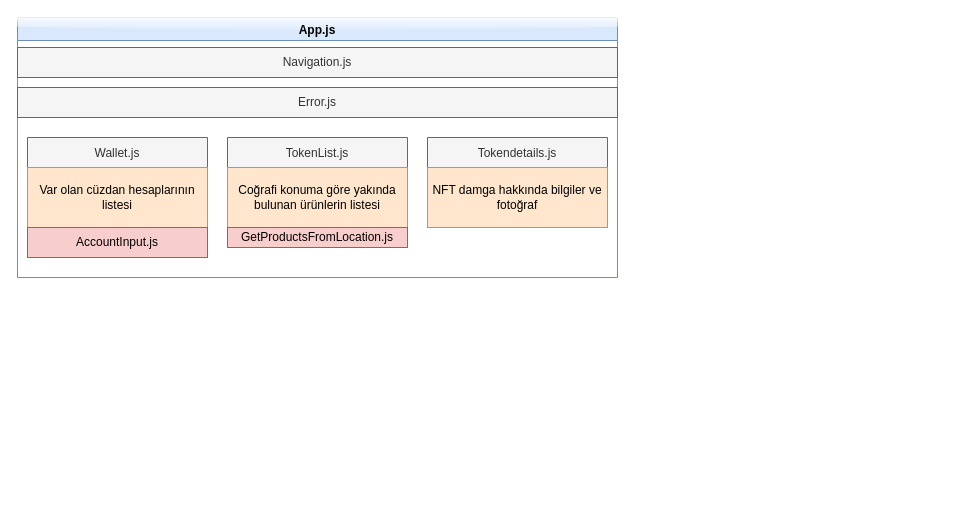
Earlier version of the draw.io diagram javascriptşema.drawio (RuzgarErik/dosyalar). Source tidied: cells renumbered, new cells numbered last; positions are measured from the earlier drawing's top-left corner, leaving out a move shared by most shapes. Both pictures are drawn from the tidied source at 100%, with x=0, y=0 at pixel (17, 17).
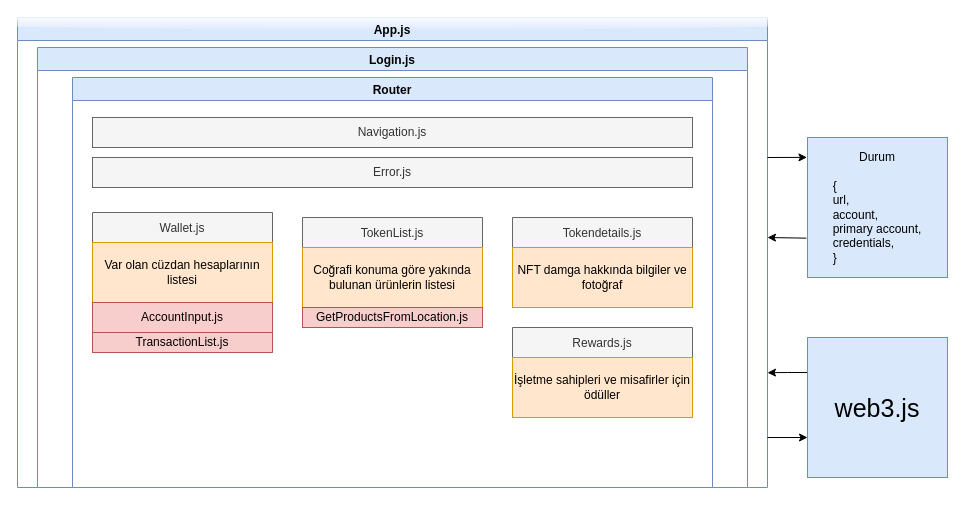
Above is the later version.

The edit, as a diff of the source:
```diff
@@
     <mxCell id="2" value="App.js" style="swimlane;fillColor=#dae8fc;strokeColor=#6c8ebf;glass=1;" parent="1" vertex="1">
-      <mxGeometry width="600" height="260" as="geometry" />
+      <mxGeometry width="750" height="470" as="geometry" />
     </mxCell>
+    <mxCell id="13" value="Login.js" style="swimlane;fillColor=#dae8fc;strokeColor=#6c8ebf;" parent="2" vertex="1">
+      <mxGeometry x="20" y="30" width="710" height="440" as="geometry" />
+    </mxCell>
+    <mxCell id="14" value="Router" style="swimlane;fillColor=#dae8fc;strokeColor=#6c8ebf;" parent="13" vertex="1">
+      <mxGeometry x="35" y="30" width="640" height="410" as="geometry" />
+    </mxCell>
-    <mxCell id="3" value="Navigation.js" style="whiteSpace=wrap;html=1;fillColor=#f5f5f5;fontColor=#333333;strokeColor=#666666;" parent="2" vertex="1">
-      <mxGeometry y="30" width="600" height="30" as="geometry" />
+    <mxCell id="3" value="Navigation.js" style="whiteSpace=wrap;html=1;fillColor=#f5f5f5;fontColor=#333333;strokeColor=#666666;" parent="14" vertex="1">
+      <mxGeometry x="20" y="40" width="600" height="30" as="geometry" />
     </mxCell>
-    <mxCell id="4" value="Error.js" style="whiteSpace=wrap;html=1;fillColor=#f5f5f5;fontColor=#333333;strokeColor=#666666;" parent="2" vertex="1">
-      <mxGeometry y="70" width="600" height="30" as="geometry" />
+    <mxCell id="4" value="Error.js" style="whiteSpace=wrap;html=1;fillColor=#f5f5f5;fontColor=#333333;strokeColor=#666666;" parent="14" vertex="1">
+      <mxGeometry x="20" y="80" width="600" height="30" as="geometry" />
     </mxCell>
-    <mxCell id="5" value="Wallet.js" style="swimlane;fontStyle=0;horizontal=1;startSize=30;glass=0;fillColor=#f5f5f5;fontColor=#333333;strokeColor=#666666;" parent="2" vertex="1">
-      <mxGeometry x="10" y="120" width="180" height="120" as="geometry" />
+    <mxCell id="5" value="Wallet.js" style="swimlane;fontStyle=0;horizontal=1;startSize=30;glass=0;fillColor=#f5f5f5;fontColor=#333333;strokeColor=#666666;" parent="14" vertex="1">
+      <mxGeometry x="20" y="135" width="180" height="140" as="geometry" />
     </mxCell>
@@
+    <mxCell id="15" value="TransactionList.js" style="whiteSpace=wrap;html=1;glass=0;fillColor=#f8cecc;strokeColor=#b85450;" parent="5" vertex="1">
+      <mxGeometry y="120" width="180" height="20" as="geometry" />
+    </mxCell>
-    <mxCell id="8" value="TokenList.js" style="swimlane;fontStyle=0;horizontal=1;startSize=30;glass=0;fillColor=#f5f5f5;fontColor=#333333;strokeColor=#666666;" parent="2" vertex="1">
-      <mxGeometry x="210" y="120" width="180" height="110" as="geometry" />
+    <mxCell id="8" value="TokenList.js" style="swimlane;fontStyle=0;horizontal=1;startSize=30;glass=0;fillColor=#f5f5f5;fontColor=#333333;strokeColor=#666666;" parent="14" vertex="1">
+      <mxGeometry x="230" y="140" width="180" height="110" as="geometry" />
     </mxCell>
@@
-    <mxCell id="11" value="Tokendetails.js" style="swimlane;fontStyle=0;horizontal=1;startSize=30;glass=0;fillColor=#f5f5f5;fontColor=#333333;strokeColor=#666666;" parent="2" vertex="1">
-      <mxGeometry x="410" y="120" width="180" height="90" as="geometry" />
+    <mxCell id="11" value="Tokendetails.js" style="swimlane;fontStyle=0;horizontal=1;startSize=30;glass=0;fillColor=#f5f5f5;fontColor=#333333;strokeColor=#666666;" parent="14" vertex="1">
+      <mxGeometry x="440" y="140" width="180" height="90" as="geometry" />
     </mxCell>
@@
+    <mxCell id="16" value="Rewards.js" style="swimlane;fontStyle=0;horizontal=1;startSize=30;glass=0;fillColor=#f5f5f5;fontColor=#333333;strokeColor=#666666;" parent="14" vertex="1">
+      <mxGeometry x="440" y="250" width="180" height="90" as="geometry" />
+    </mxCell>
+    <mxCell id="17" value="İşletme sahipleri ve misafirler için ödüller" style="whiteSpace=wrap;html=1;glass=0;fillColor=#ffe6cc;strokeColor=#d79b00;" parent="16" vertex="1">
+      <mxGeometry y="30" width="180" height="60" as="geometry" />
+    </mxCell>
+    <mxCell id="18" style="edgeStyle=orthogonalEdgeStyle;rounded=0;jettySize=auto;html=1;exitX=0;exitY=0.25;exitDx=0;exitDy=0;fontSize=25;" parent="1" edge="1" source="19">
+      <mxGeometry relative="1" as="geometry">
+        <mxPoint x="750" y="355.2" as="targetPoint" />
+      </mxGeometry>
+    </mxCell>
+    <mxCell id="19" value="&lt;font style=&quot;font-size: 25px;&quot;&gt;web3.js&lt;/font&gt;" style="whiteSpace=wrap;html=1;fillColor=#dae8fc;strokeColor=#6c8ebf;" parent="1" vertex="1">
+      <mxGeometry x="790" y="320" width="140" height="140" as="geometry" />
+    </mxCell>
+    <mxCell id="20" style="endArrow=classic;html=1;rounded=0;fontSize=25;" parent="1" edge="1">
+      <mxGeometry relative="1" as="geometry">
+        <mxPoint x="750" y="420" as="sourcePoint" />
+        <mxPoint x="790" y="420" as="targetPoint" />
+      </mxGeometry>
+    </mxCell>
+    <mxCell id="21" value="&lt;div&gt;Durum&lt;/div&gt;&lt;div&gt;&lt;br&gt;&lt;/div&gt;&lt;div align=&quot;left&quot;&gt;{&lt;/div&gt;&lt;div align=&quot;left&quot;&gt;url,&lt;/div&gt;&lt;div align=&quot;left&quot;&gt;account,&lt;/div&gt;&lt;div align=&quot;left&quot;&gt;primary account,&lt;/div&gt;&lt;div align=&quot;left&quot;&gt;credentials,&lt;br&gt;&lt;/div&gt;&lt;div align=&quot;left&quot;&gt;}&lt;br&gt;&lt;/div&gt;" style="whiteSpace=wrap;html=1;fillColor=#dae8fc;strokeColor=#6c8ebf;" parent="1" vertex="1">
+      <mxGeometry x="790" y="120" width="140" height="140" as="geometry" />
+    </mxCell>
+    <mxCell id="22" style="endArrow=classic;html=1;rounded=0;fontSize=25;entryX=-0.004;entryY=0.142;entryDx=0;entryDy=0;entryPerimeter=0;" parent="1" edge="1" target="21">
+      <mxGeometry relative="1" as="geometry">
+        <mxPoint x="750" y="140" as="sourcePoint" />
+      </mxGeometry>
+    </mxCell>
+    <mxCell id="23" style="endArrow=classic;html=1;rounded=0;fontSize=25;exitX=-0.008;exitY=0.719;exitDx=0;exitDy=0;exitPerimeter=0;" parent="1" edge="1" source="21">
+      <mxGeometry relative="1" as="geometry">
+        <mxPoint x="750" y="220" as="targetPoint" />
+      </mxGeometry>
+    </mxCell>
```
